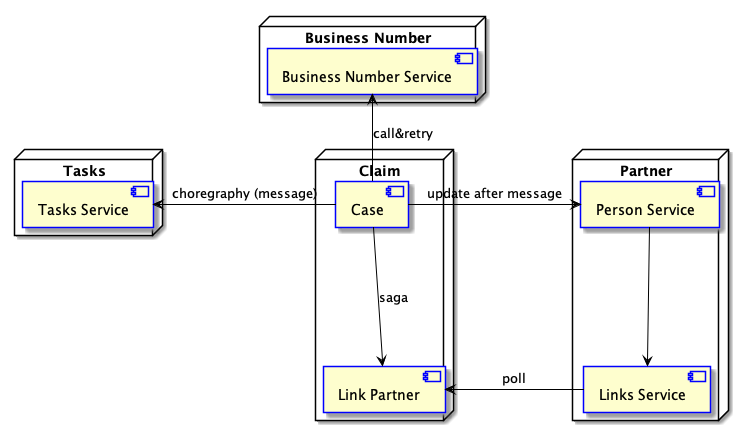
Before: doc/images/components.png, a diagram exported from PlantUML (fxleloup/microservice-sandbox).
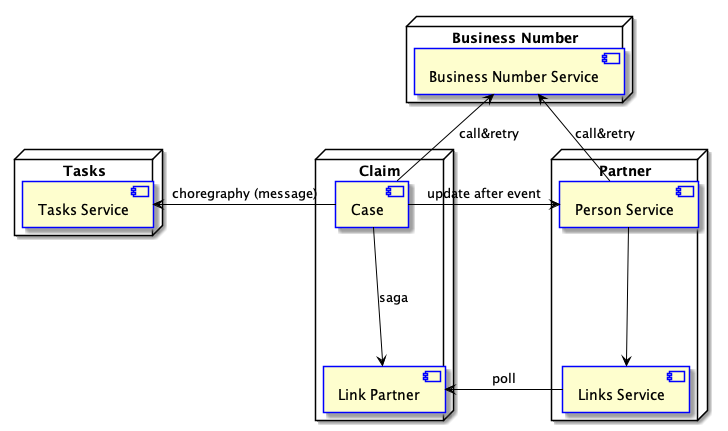
Above is the later version.

Diff of the diagram source:
```diff
@@ -27,6 +27,7 @@
     c --> lp : saga
     lp <- ls : poll
     c -u-> bns : call&retry
-    c -> ps : update after message
+    ps -u-> bns : call&retry
+    c -> ps : update after event
 
 @enduml
```
